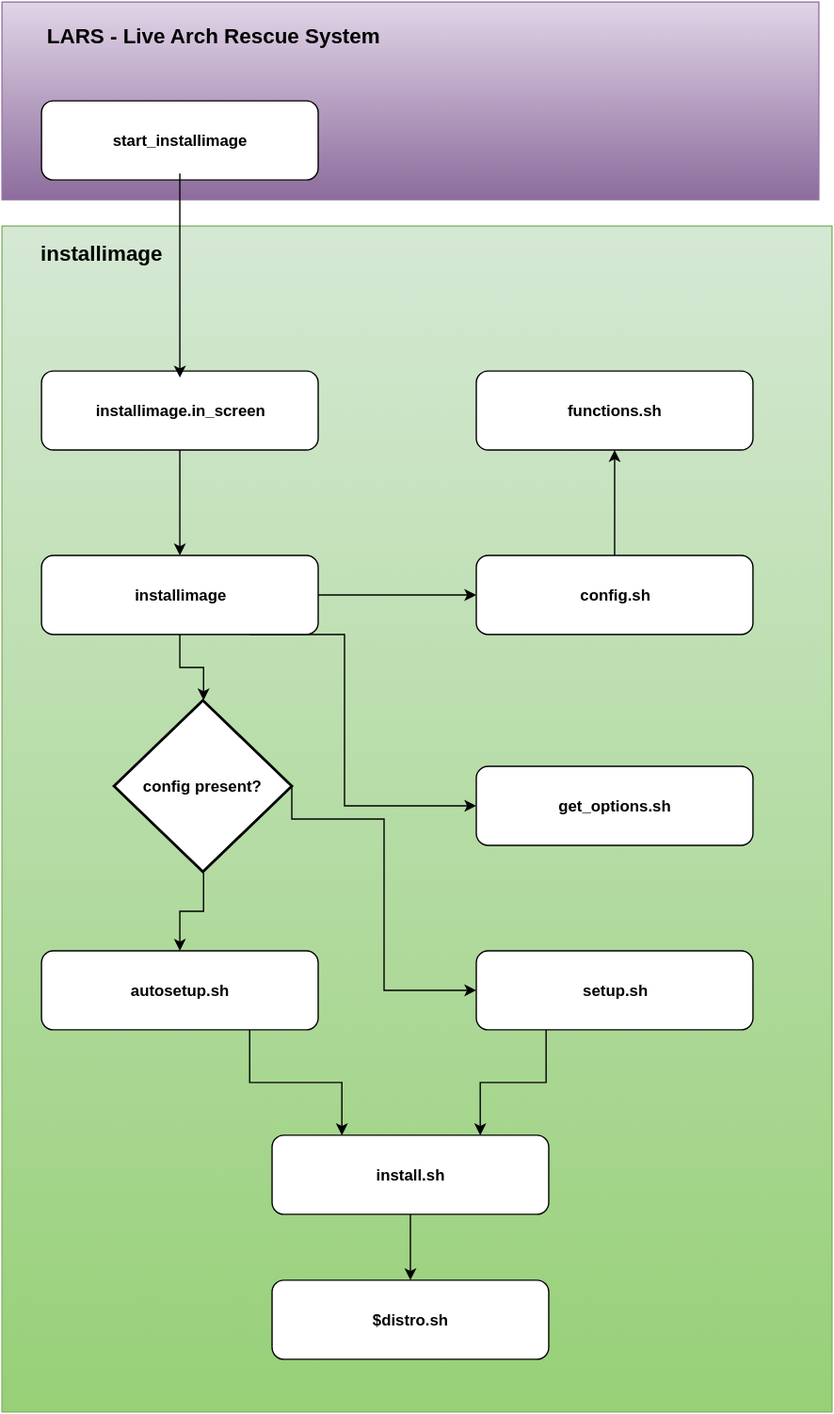
This is installimage-workflow.svg from virtapi/installimage, a draw.io export, as it was before one commit. Source tidied: cells renumbered, new cells last; positions are measured from the earlier drawing's top-left corner, leaving out a move shared by most shapes.
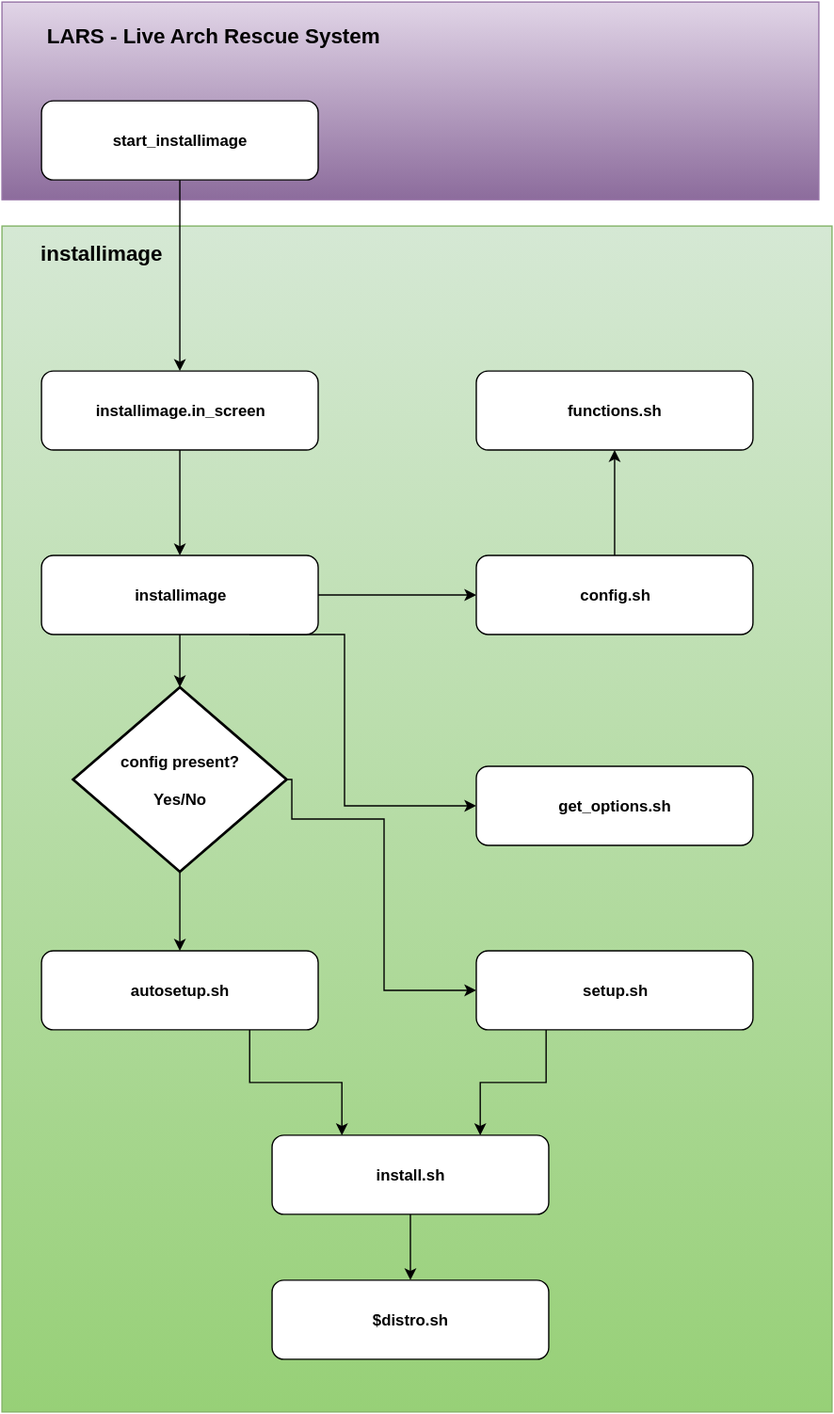
Above is the later version.

Commit message:
reroute some arrows

What changed in the source:
```diff
@@ -34,18 +34,12 @@
         </Array>
       </mxGeometry>
     </mxCell>
-    <mxCell id="11" style="edgeStyle=orthogonalEdgeStyle;rounded=0;html=1;exitX=0.5;exitY=1;jettySize=auto;" parent="1" edge="1" source="12" target="22">
+    <mxCell id="11" style="edgeStyle=orthogonalEdgeStyle;rounded=0;html=1;exitX=0.5;exitY=1;entryX=0.5;entryY=0;entryPerimeter=0;jettySize=auto;" parent="1" edge="1" source="12" target="22">
       <mxGeometry relative="1" as="geometry" />
     </mxCell>
     <mxCell id="12" value="&lt;b&gt;installimage&lt;/b&gt;" style="rounded=1;whiteSpace=wrap;html=1;" parent="1" vertex="1">
       <mxGeometry x="30" y="420" width="210" height="60" as="geometry" />
     </mxCell>
-    <mxCell id="13" style="edgeStyle=orthogonalEdgeStyle;rounded=0;html=1;exitX=0.5;exitY=1;entryX=0.5;entryY=0;jettySize=auto;orthogonalLoop=1;" parent="1" edge="1">
-      <mxGeometry relative="1" as="geometry">
-        <mxPoint x="135" y="130" as="sourcePoint" />
-        <mxPoint x="135" y="285" as="targetPoint" />
-      </mxGeometry>
-    </mxCell>
     <mxCell id="14" style="edgeStyle=orthogonalEdgeStyle;rounded=0;html=1;exitX=0.5;exitY=0;entryX=0.5;entryY=1;jettySize=auto;" parent="1" edge="1" source="15" target="16">
       <mxGeometry relative="1" as="geometry" />
     </mxCell>
@@ -64,20 +58,20 @@
     <mxCell id="19" value="&lt;b&gt;setup.sh&lt;/b&gt;" style="rounded=1;whiteSpace=wrap;html=1;" parent="1" vertex="1">
       <mxGeometry x="360" y="720" width="210" height="60" as="geometry" />
     </mxCell>
+    <mxCell id="21" style="edgeStyle=orthogonalEdgeStyle;rounded=0;html=1;exitX=1;exitY=0.5;exitPerimeter=0;entryX=0;entryY=0.5;jettySize=auto;" parent="1" edge="1" source="22" target="19">
+      <mxGeometry relative="1" as="geometry">
+        <Array as="points">
+          <mxPoint x="220" y="620" />
+          <mxPoint x="290" y="620" />
+          <mxPoint x="290" y="750" />
+        </Array>
+      </mxGeometry>
+    </mxCell>
-    <mxCell id="20" style="edgeStyle=orthogonalEdgeStyle;rounded=0;html=1;exitX=0.5;exitY=1;exitPerimeter=0;jettySize=auto;" parent="1" edge="1" source="22" target="24">
+    <mxCell id="20" style="edgeStyle=orthogonalEdgeStyle;rounded=0;html=1;exitX=0.5;exitY=1;exitPerimeter=0;entryX=0.5;entryY=0;jettySize=auto;" parent="1" edge="1" source="22" target="24">
       <mxGeometry relative="1" as="geometry" />
     </mxCell>
-    <mxCell id="21" style="edgeStyle=orthogonalEdgeStyle;rounded=0;html=1;exitX=1;exitY=0.5;exitPerimeter=0;entryX=0;entryY=0.5;jettySize=auto;" parent="1" edge="1" source="22" target="19">
-      <mxGeometry relative="1" as="geometry">
-        <Array as="points">
-          <mxPoint x="220" y="620" />
-          <mxPoint x="290" y="620" />
-          <mxPoint x="290" y="750" />
-        </Array>
-      </mxGeometry>
-    </mxCell>
-    <mxCell id="22" value="&lt;b&gt;config present?&lt;/b&gt;" style="strokeWidth=2;html=1;shape=mxgraph.flowchart.decision;whiteSpace=wrap;" parent="1" vertex="1">
-      <mxGeometry x="85" y="530" width="135" height="130" as="geometry" />
+    <mxCell id="22" value="&lt;b&gt;config present?&lt;/b&gt;&lt;div&gt;&lt;b&gt;&lt;br&gt;&lt;/b&gt;&lt;/div&gt;&lt;div&gt;&lt;b style=&quot;line-height: 1.2&quot;&gt;Yes/No&lt;/b&gt;&lt;br&gt;&lt;/div&gt;" style="strokeWidth=2;html=1;shape=mxgraph.flowchart.decision;whiteSpace=wrap;" parent="1" vertex="1">
+      <mxGeometry x="54" y="520" width="162" height="140" as="geometry" />
     </mxCell>
     <mxCell id="23" style="edgeStyle=orthogonalEdgeStyle;rounded=0;html=1;exitX=0.75;exitY=1;entryX=0.25;entryY=0;jettySize=auto;" parent="1" edge="1" source="24" target="26">
       <mxGeometry relative="1" as="geometry" />
@@ -94,5 +88,8 @@
     <mxCell id="27" value="&lt;b&gt;$distro.sh&lt;/b&gt;" style="rounded=1;whiteSpace=wrap;html=1;" parent="1" vertex="1">
       <mxGeometry x="205" y="970" width="210" height="60" as="geometry" />
     </mxCell>
+    <mxCell id="28" style="edgeStyle=orthogonalEdgeStyle;rounded=0;html=1;exitX=0.5;exitY=1;entryX=0.5;entryY=0;jettySize=auto;" parent="1" edge="1" source="4" target="7">
+      <mxGeometry relative="1" as="geometry" />
+    </mxCell>
   </root>
 </mxGraphModel>
```
